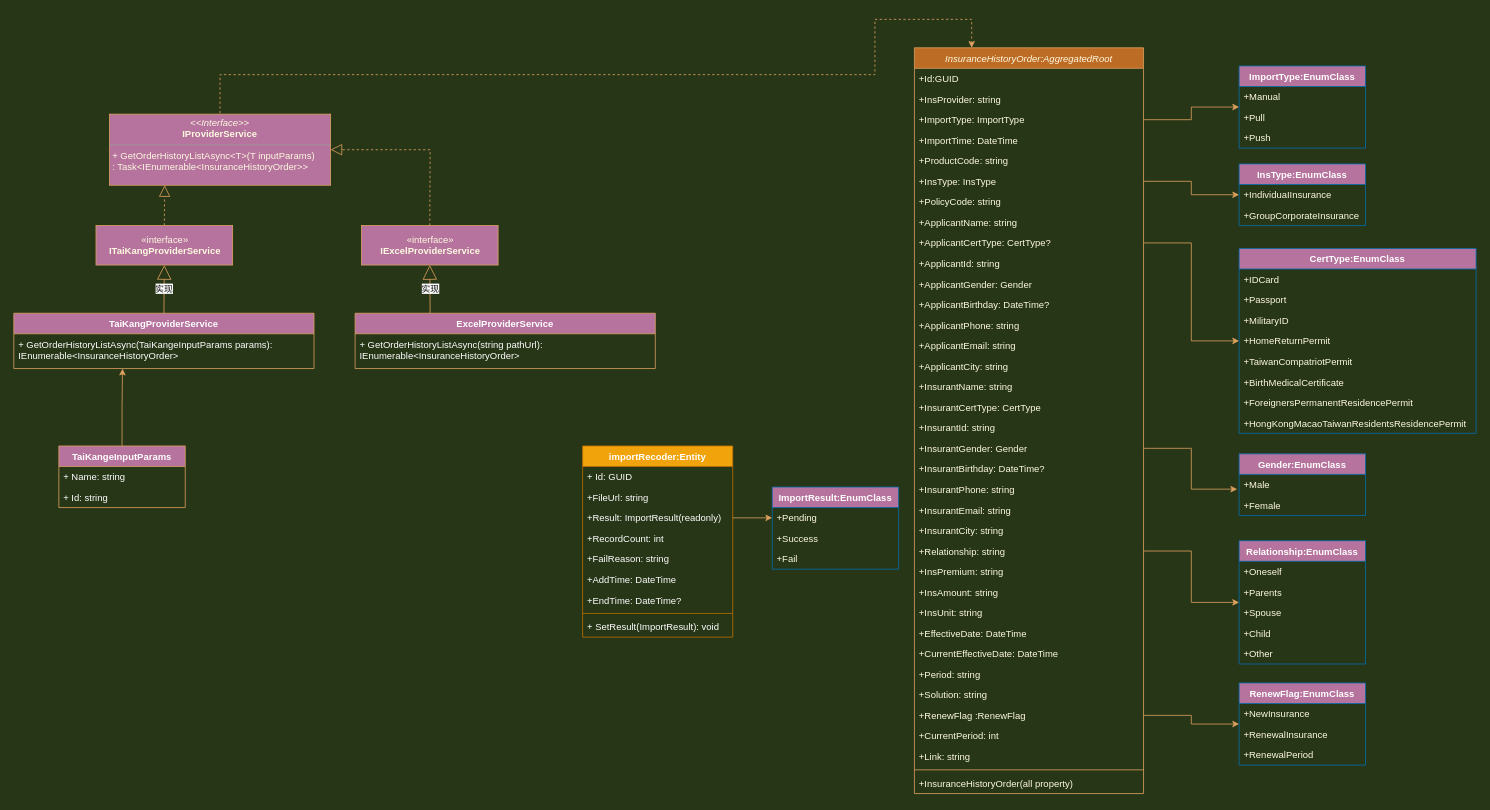
KQLei/diagrams keeps this draw.io diagram as Untitled Diagram.drawio. Above is the earlier version. Source tidied: cells renumbered, new cells numbered last; positions are measured from the earlier drawing's top-left corner, leaving out a move shared by most shapes. Both pictures are drawn from the tidied source at 79%, with x=0, y=0 at pixel (13, 19).
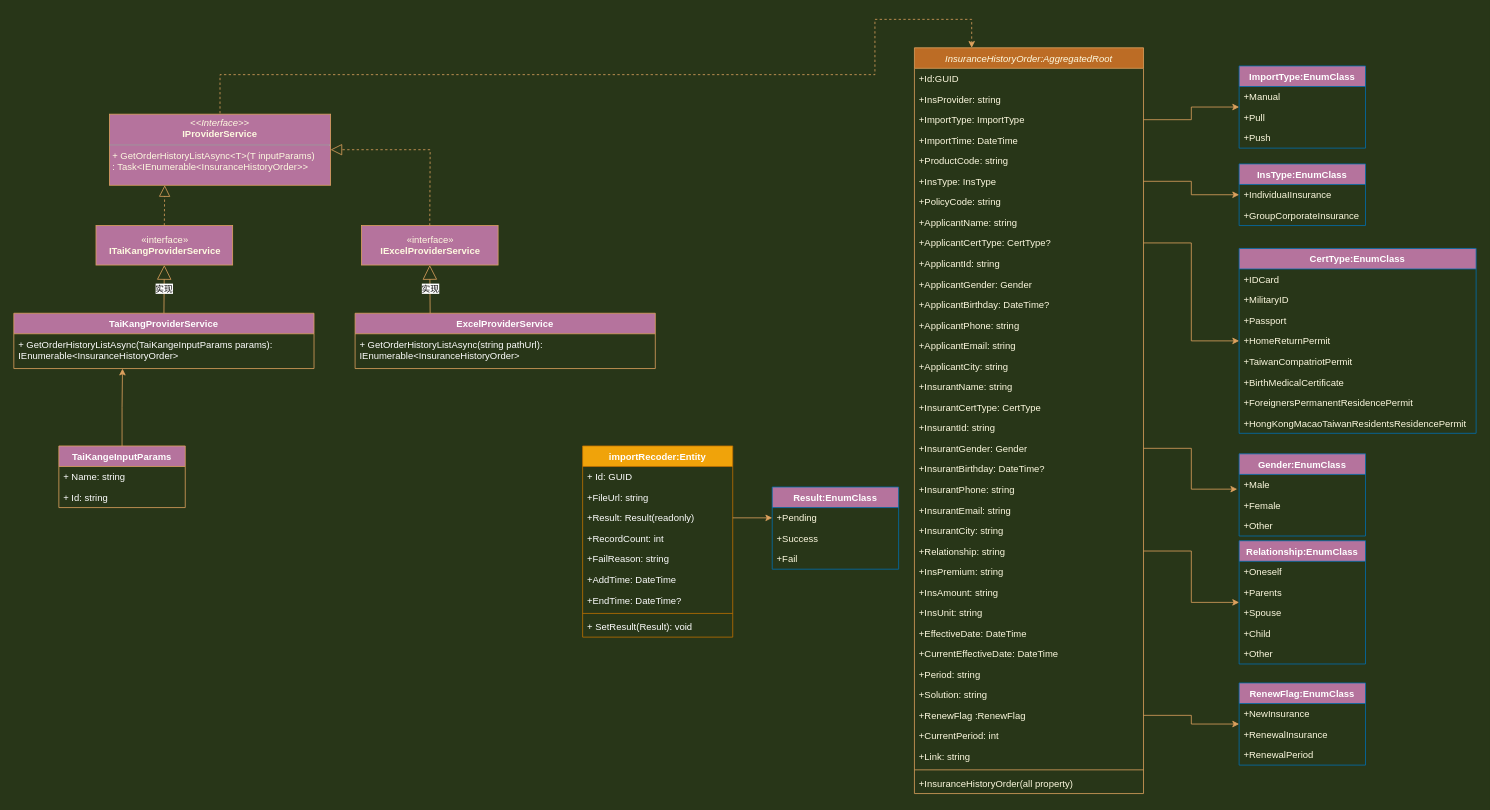
After the change.

Unchanged cells that the change refers to:
```xml
<mxCell id="55" value="CertType:EnumClass" style="swimlane;fontStyle=1;align=center;verticalAlign=top;horizontal=1;startSize=26;strokeColor=#006EAF;fillColor=#B5739D;fontColor=#ffffff;" parent="1" vertex="1">
  <mxGeometry x="1551" y="290" width="300" height="234" as="geometry" />
</mxCell>
<mxCell id="90" value="importRecoder:Entity" style="swimlane;fontStyle=1;align=center;verticalAlign=top;horizontal=1;startSize=26;strokeColor=#BD7000;fillColor=#f0a30a;fontColor=#FFFFFF;" parent="1" vertex="1">
  <mxGeometry x="720" y="540" width="190" height="242" as="geometry" />
</mxCell>
```

What changed in the source:
```diff
@@
+    <mxCell id="58" value="+MilitaryID" style="text;strokeColor=none;fillColor=none;align=left;verticalAlign=top;spacingLeft=4;spacingRight=4;overflow=hidden;fontColor=#FEFAE0;" parent="55" vertex="1">
+      <mxGeometry y="52" width="300" height="26" as="geometry" />
+    </mxCell>
     <mxCell id="57" value="+Passport" style="text;strokeColor=none;fillColor=none;align=left;verticalAlign=top;spacingLeft=4;spacingRight=4;overflow=hidden;fontColor=#FEFAE0;" parent="55" vertex="1">
-      <mxGeometry y="52" width="300" height="26" as="geometry" />
+      <mxGeometry y="78" width="300" height="26" as="geometry" />
     </mxCell>
-    <mxCell id="58" value="+MilitaryID" style="text;strokeColor=none;fillColor=none;align=left;verticalAlign=top;spacingLeft=4;spacingRight=4;overflow=hidden;fontColor=#FEFAE0;" parent="55" vertex="1">
-      <mxGeometry y="78" width="300" height="26" as="geometry" />
-    </mxCell>
@@
     <mxCell id="64" value="Gender:EnumClass" style="swimlane;fontStyle=1;align=center;verticalAlign=top;horizontal=1;startSize=26;strokeColor=#006EAF;fillColor=#B5739D;fontColor=#ffffff;" parent="1" vertex="1">
-      <mxGeometry x="1551" y="550" width="160" height="78" as="geometry" />
+      <mxGeometry x="1551" y="550" width="160" height="104" as="geometry" />
     </mxCell>
@@
+    <mxCell id="105" value="+Other" style="text;strokeColor=none;fillColor=none;align=left;verticalAlign=top;spacingLeft=4;spacingRight=4;overflow=hidden;fontColor=#FEFAE0;" parent="64" vertex="1">
+      <mxGeometry y="78" width="160" height="26" as="geometry" />
+    </mxCell>
@@
-    <mxCell id="93" value="+Result: ImportResult(readonly)" style="text;strokeColor=none;fillColor=none;align=left;verticalAlign=top;spacingLeft=4;spacingRight=4;overflow=hidden;points=[[0,0.5],[1,0.5]];portConstraint=eastwest;fontColor=#FFFFFF;" parent="90" vertex="1">
+    <mxCell id="93" value="+Result: Result(readonly)" style="text;strokeColor=none;fillColor=none;align=left;verticalAlign=top;spacingLeft=4;spacingRight=4;overflow=hidden;points=[[0,0.5],[1,0.5]];portConstraint=eastwest;fontColor=#FFFFFF;" parent="90" vertex="1">
       <mxGeometry y="78" width="190" height="26" as="geometry" />
     </mxCell>
@@
-    <mxCell id="99" value="+ SetResult(ImportResult): void" style="text;strokeColor=none;fillColor=none;align=left;verticalAlign=top;spacingLeft=4;spacingRight=4;overflow=hidden;fontColor=#FFFFFF;" parent="90" vertex="1">
+    <mxCell id="99" value="+ SetResult(Result): void" style="text;strokeColor=none;fillColor=none;align=left;verticalAlign=top;spacingLeft=4;spacingRight=4;overflow=hidden;fontColor=#FFFFFF;" parent="90" vertex="1">
       <mxGeometry y="216" width="190" height="26" as="geometry" />
     </mxCell>
-    <mxCell id="100" value="ImportResult:EnumClass" style="swimlane;fontStyle=1;align=center;verticalAlign=top;horizontal=1;startSize=26;strokeColor=#006EAF;fillColor=#B5739D;fontColor=#ffffff;" parent="1" vertex="1">
+    <mxCell id="100" value="Result:EnumClass" style="swimlane;fontStyle=1;align=center;verticalAlign=top;horizontal=1;startSize=26;strokeColor=#006EAF;fillColor=#B5739D;fontColor=#ffffff;" parent="1" vertex="1">
       <mxGeometry x="960" y="592" width="160" height="104" as="geometry" />
     </mxCell>
```
